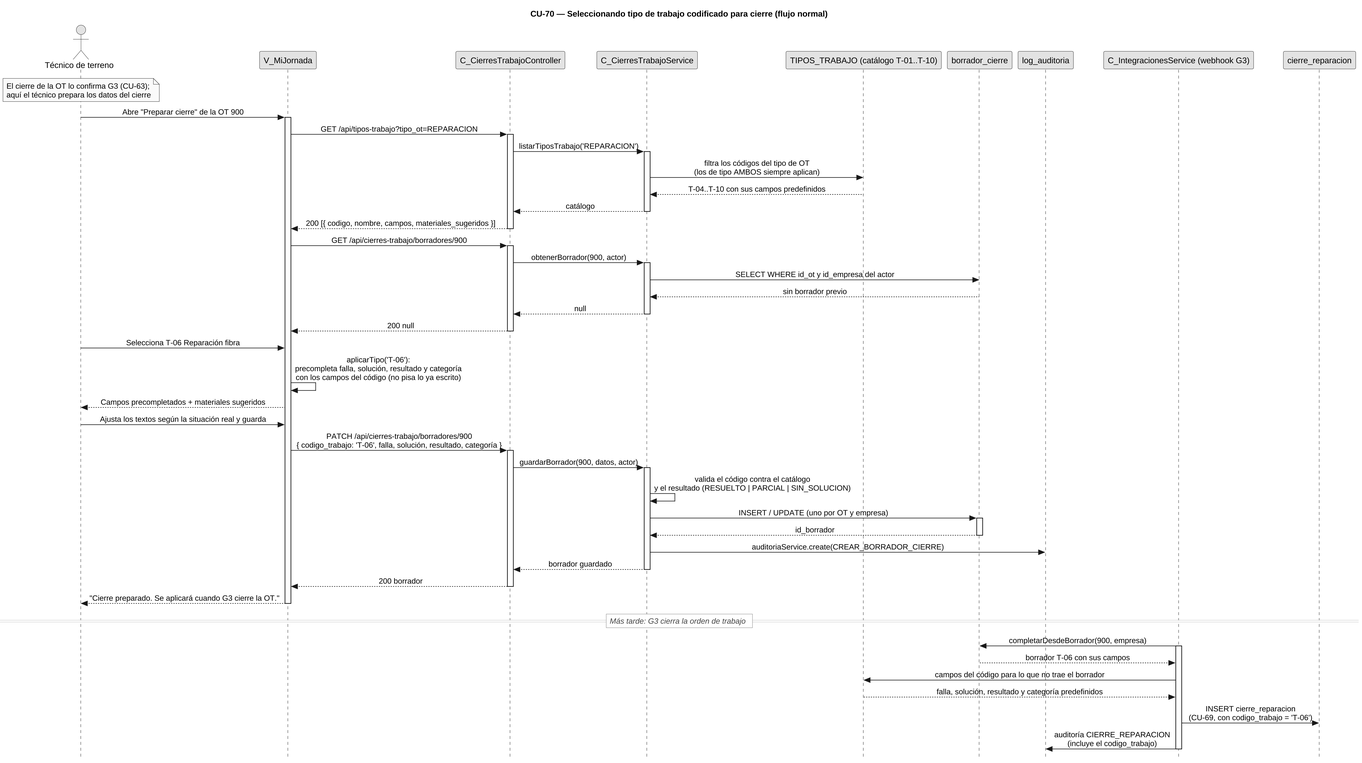
The PlantUML diagram diagramas/diagramas-secuencia/CU70/CU70-normal.png in FSM-Finet-y-Cable-Magico/Team_1-Inventario-y-Bodega, before a commit. Its diagram source:
```plantuml
@startuml CU70-normal
skinparamlocked dpi 240
skinparamlocked defaultFontName Liberation Sans
skinparam sequenceDividerBorderThickness 0.6
skinparam sequenceDividerBorderColor 888888
skinparam sequenceDividerBackgroundColor white
skinparam sequenceDividerFontStyle italic
skinparam sequenceDividerFontColor 444444
skinparam sequenceDividerShadowing false
title CU-70 — Seleccionando tipo de trabajo codificado para cierre (flujo normal)
skinparam style strictuml
skinparam monochrome true
skinparam shadowing false
skinparam sequenceMessageAlign center
<style>
sequenceDiagram {
  participant {
    margin 30
  }
  actor {
    margin 12
  }
}
</style>
skinparam sequence {
  MessageAlign center
  LifeLineBorderColor black
}
hide footbox

actor "Técnico de terreno" as tec
participant "V_MiJornada" as vista
participant "C_CierresTrabajoController" as ctrl
participant "C_CierresTrabajoService" as svc
participant "TIPOS_TRABAJO (catálogo T-01..T-10)" as cat
participant "borrador_cierre" as bor
participant "log_auditoria" as aud
participant "C_IntegracionesService (webhook G3)" as intg
participant "cierre_reparacion" as crep

note over tec : El cierre de la OT lo confirma G3 (CU-63);\naquí el técnico prepara los datos del cierre

tec -> vista : Abre "Preparar cierre" de la OT 900
activate vista
vista -> ctrl : GET /api/tipos-trabajo?tipo_ot=REPARACION
activate ctrl
ctrl -> svc : listarTiposTrabajo('REPARACION')
activate svc
svc -> cat : filtra los códigos del tipo de OT\n(los de tipo AMBOS siempre aplican)
cat --> svc : T-04..T-10 con sus campos predefinidos
svc --> ctrl : catálogo
deactivate svc
ctrl --> vista : 200 [{ codigo, nombre, campos, materiales_sugeridos }]
deactivate ctrl

vista -> ctrl : GET /api/cierres-trabajo/borradores/900
activate ctrl
ctrl -> svc : obtenerBorrador(900, actor)
activate svc
svc -> bor : SELECT WHERE id_ot y id_empresa del actor
bor --> svc : sin borrador previo
svc --> ctrl : null
deactivate svc
ctrl --> vista : 200 null
deactivate ctrl

tec -> vista : Selecciona T-06 Reparación fibra
vista -> vista : aplicarTipo('T-06'):\nprecompleta falla, solución, resultado y categoría\ncon los campos del código (no pisa lo ya escrito)
vista --> tec : Campos precompletados + materiales sugeridos

tec -> vista : Ajusta los textos según la situación real y guarda
vista -> ctrl : PATCH /api/cierres-trabajo/borradores/900\n{ codigo_trabajo: 'T-06', falla, solución, resultado, categoría }
activate ctrl
ctrl -> svc : guardarBorrador(900, datos, actor)
activate svc
svc -> svc : valida el código contra el catálogo\ny el resultado (RESUELTO | PARCIAL | SIN_SOLUCION)
svc -> bor : INSERT / UPDATE (uno por OT y empresa)
activate bor
bor --> svc : id_borrador
deactivate bor
svc -> aud : auditoriaService.create(CREAR_BORRADOR_CIERRE)
svc --> ctrl : borrador guardado
deactivate svc
ctrl --> vista : 200 borrador
deactivate ctrl
vista --> tec : "Cierre preparado. Se aplicará cuando G3 cierre la OT."
deactivate vista

== Más tarde: G3 cierra la orden de trabajo ==

intg -> bor : completarDesdeBorrador(900, empresa)
activate intg
bor --> intg : borrador T-06 con sus campos
intg -> cat : campos del código para lo que no trae el borrador
cat --> intg : falla, solución, resultado y categoría predefinidos
intg -> crep : INSERT cierre_reparacion\n(CU-69, con codigo_trabajo = 'T-06')
intg -> aud : auditoría CIERRE_REPARACION\n(incluye el codigo_trabajo)
deactivate intg

@enduml
```
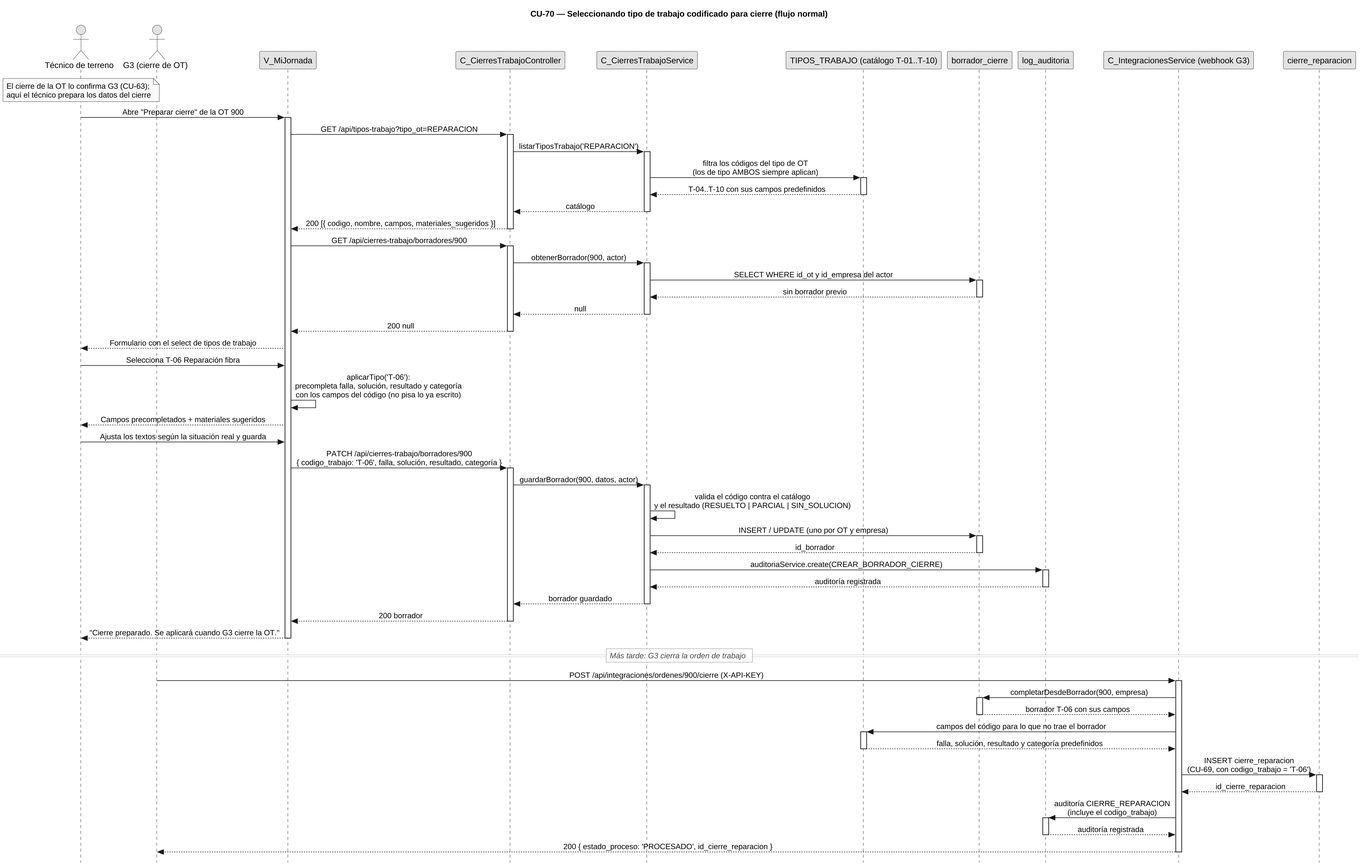
Later version of the same file.

Diff of the diagram source:
```diff
@@ -29,6 +29,7 @@
 hide footbox
 
 actor "Técnico de terreno" as tec
+actor "G3 (cierre de OT)" as g3
 participant "V_MiJornada" as vista
 participant "C_CierresTrabajoController" as ctrl
 participant "C_CierresTrabajoService" as svc
@@ -47,7 +48,9 @@
 ctrl -> svc : listarTiposTrabajo('REPARACION')
 activate svc
 svc -> cat : filtra los códigos del tipo de OT\n(los de tipo AMBOS siempre aplican)
+activate cat
 cat --> svc : T-04..T-10 con sus campos predefinidos
+deactivate cat
 svc --> ctrl : catálogo
 deactivate svc
 ctrl --> vista : 200 [{ codigo, nombre, campos, materiales_sugeridos }]
@@ -58,12 +61,15 @@
 ctrl -> svc : obtenerBorrador(900, actor)
 activate svc
 svc -> bor : SELECT WHERE id_ot y id_empresa del actor
+activate bor
 bor --> svc : sin borrador previo
+deactivate bor
 svc --> ctrl : null
 deactivate svc
 ctrl --> vista : 200 null
 deactivate ctrl
 
+vista --> tec : Formulario con el select de tipos de trabajo
 tec -> vista : Selecciona T-06 Reparación fibra
 vista -> vista : aplicarTipo('T-06'):\nprecompleta falla, solución, resultado y categoría\ncon los campos del código (no pisa lo ya escrito)
 vista --> tec : Campos precompletados + materiales sugeridos
@@ -79,6 +85,9 @@
 bor --> svc : id_borrador
 deactivate bor
 svc -> aud : auditoriaService.create(CREAR_BORRADOR_CIERRE)
+activate aud
+aud --> svc : auditoría registrada
+deactivate aud
 svc --> ctrl : borrador guardado
 deactivate svc
 ctrl --> vista : 200 borrador
@@ -87,14 +96,24 @@
 deactivate vista
 
 == Más tarde: G3 cierra la orden de trabajo ==
-
+g3 -> intg : POST /api/integraciones/ordenes/900/cierre (X-API-KEY)
+activate intg
 intg -> bor : completarDesdeBorrador(900, empresa)
-activate intg
+activate bor
 bor --> intg : borrador T-06 con sus campos
+deactivate bor
 intg -> cat : campos del código para lo que no trae el borrador
+activate cat
 cat --> intg : falla, solución, resultado y categoría predefinidos
+deactivate cat
 intg -> crep : INSERT cierre_reparacion\n(CU-69, con codigo_trabajo = 'T-06')
+activate crep
+crep --> intg : id_cierre_reparacion
+deactivate crep
 intg -> aud : auditoría CIERRE_REPARACION\n(incluye el codigo_trabajo)
+activate aud
+aud --> intg : auditoría registrada
+deactivate aud
+intg --> g3 : 200 { estado_proceso: 'PROCESADO', id_cierre_reparacion }
 deactivate intg
-
 @enduml
```
